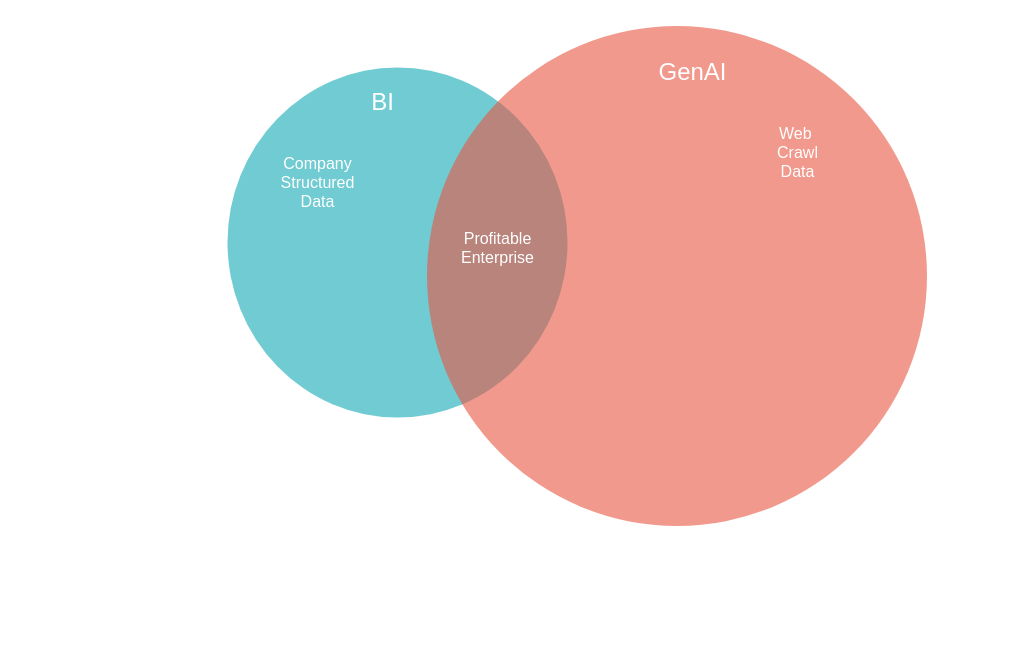
Above: bi-genai-merge.drawio in emmanuellim/bi-genai-merger (draw.io), before the change. Source tidied: cells renumbered, new cells numbered last; positions are measured from the earlier drawing's top-left corner, leaving out a move shared by most shapes. Both pictures are drawn from the tidied source at 100%, with x=0, y=0 at pixel (227, 25).
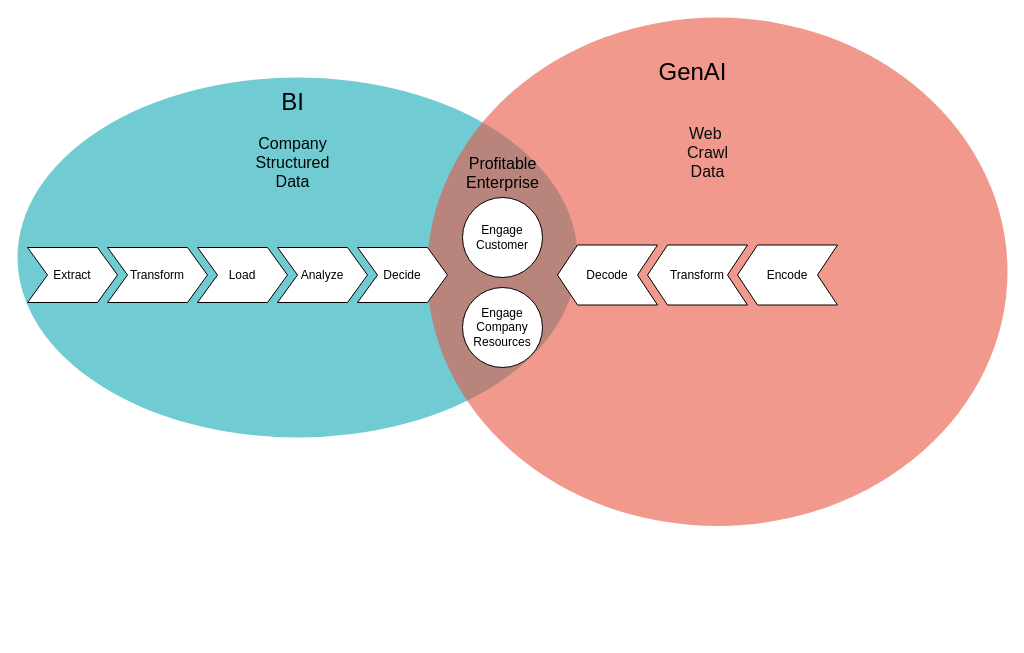
After the change.

Commit message:
merged goal and mismatched value chain

The edit, as a diff of the source:
```diff
@@
 <mxGraphModel>
   <root>
     <mxCell id="0" />
     <mxCell id="1" parent="0" />
     <mxCell id="2" style="ellipse;fillColor=#12AAB5;opacity=60;strokeColor=none;html=1;fontColor=#FFFFFF;" parent="1" vertex="1">
-      <mxGeometry y="42" width="340" height="350" as="geometry" />
+      <mxGeometry x="-210" y="52" width="560" height="360" as="geometry" />
     </mxCell>
     <mxCell id="3" style="ellipse;fillColor=#e85642;opacity=60;strokeColor=none;html=1;fontColor=#FFFFFF;" parent="1" vertex="1">
-      <mxGeometry x="199.5" y="0.5" width="500" height="500" as="geometry" />
+      <mxGeometry x="199.5" y="-8" width="580.5" height="508.5" as="geometry" />
     </mxCell>
-    <mxCell id="4" value="BI" style="text;fontSize=24;align=center;verticalAlign=middle;html=1;fontColor=#FFFFFF;" parent="1" vertex="1">
-      <mxGeometry x="60" y="42" width="190" height="70" as="geometry" />
+    <mxCell id="4" value="BI" style="text;fontSize=24;align=center;verticalAlign=middle;html=1;fontColor=#030303;" parent="1" vertex="1">
+      <mxGeometry x="-30" y="42" width="190" height="70" as="geometry" />
     </mxCell>
-    <mxCell id="5" value="GenAI" style="text;fontSize=24;align=center;verticalAlign=middle;html=1;fontColor=#FFFFFF;" parent="1" vertex="1">
+    <mxCell id="5" value="GenAI" style="text;fontSize=24;align=center;verticalAlign=middle;html=1;fontColor=#000000;" parent="1" vertex="1">
       <mxGeometry x="370" y="12" width="190" height="70" as="geometry" />
     </mxCell>
     <mxCell id="6" value="Tradition" style="text;fontSize=24;align=center;verticalAlign=middle;html=1;fontColor=#FFFFFF;" parent="1" vertex="1">
       <mxGeometry x="209.5" y="540.5" width="190" height="70" as="geometry" />
     </mxCell>
-    <mxCell id="7" value="Profitable&lt;div&gt;Enterprise&lt;/div&gt;" style="text;align=center;html=1;fontColor=#FFFFFF;fontSize=16;" parent="1" vertex="1">
-      <mxGeometry x="250" y="197" width="40" height="40" as="geometry" />
+    <mxCell id="7" value="Profitable&lt;div&gt;Enterprise&lt;/div&gt;" style="text;align=center;html=1;fontColor=#000000;fontSize=16;" parent="1" vertex="1">
+      <mxGeometry x="255" y="122" width="40" height="40" as="geometry" />
     </mxCell>
-    <mxCell id="8" value="Web&amp;nbsp;&lt;div&gt;Crawl&lt;/div&gt;&lt;div&gt;Data&lt;/div&gt;" style="text;align=center;html=1;fontColor=#FFFFFF;fontSize=16;" parent="1" vertex="1">
-      <mxGeometry x="550" y="92" width="40" height="40" as="geometry" />
+    <mxCell id="8" value="Web&amp;nbsp;&lt;div&gt;Crawl&lt;/div&gt;&lt;div&gt;Data&lt;/div&gt;" style="text;align=center;html=1;fontColor=#0a0a0a;fontSize=16;" parent="1" vertex="1">
+      <mxGeometry x="410" y="92" width="140" height="40" as="geometry" />
     </mxCell>
-    <mxCell id="9" value="Company&lt;div&gt;Structured&lt;/div&gt;&lt;div&gt;Data&lt;/div&gt;" style="text;align=center;html=1;fontColor=#FFFFFF;fontSize=16;" parent="1" vertex="1">
-      <mxGeometry x="70" y="122" width="40" height="40" as="geometry" />
+    <mxCell id="9" value="Company&lt;div&gt;Structured&lt;/div&gt;&lt;div&gt;Data&lt;/div&gt;" style="text;align=center;html=1;fontColor=#050505;fontSize=16;" parent="1" vertex="1">
+      <mxGeometry x="45" y="102" width="40" height="40" as="geometry" />
     </mxCell>
+    <mxCell id="10" value="Extract" style="shape=step;perimeter=stepPerimeter;whiteSpace=wrap;html=1;fixedSize=1;" parent="1" vertex="1">
+      <mxGeometry x="-200" y="222" width="90" height="55" as="geometry" />
+    </mxCell>
+    <mxCell id="11" value="Transform" style="shape=step;perimeter=stepPerimeter;whiteSpace=wrap;html=1;fixedSize=1;" parent="1" vertex="1">
+      <mxGeometry x="-120" y="222" width="100" height="55" as="geometry" />
+    </mxCell>
+    <mxCell id="12" value="Load" style="shape=step;perimeter=stepPerimeter;whiteSpace=wrap;html=1;fixedSize=1;" parent="1" vertex="1">
+      <mxGeometry x="-30" y="222" width="90" height="55" as="geometry" />
+    </mxCell>
+    <mxCell id="13" value="Analyze" style="shape=step;perimeter=stepPerimeter;whiteSpace=wrap;html=1;fixedSize=1;" parent="1" vertex="1">
+      <mxGeometry x="50" y="222" width="90" height="55" as="geometry" />
+    </mxCell>
+    <mxCell id="14" value="Decide" style="shape=step;perimeter=stepPerimeter;whiteSpace=wrap;html=1;fixedSize=1;" parent="1" vertex="1">
+      <mxGeometry x="130" y="222" width="90" height="55" as="geometry" />
+    </mxCell>
+    <mxCell id="15" value="Engage&lt;div&gt;Customer&lt;/div&gt;" style="ellipse;whiteSpace=wrap;html=1;" parent="1" vertex="1">
+      <mxGeometry x="235" y="172" width="80" height="80" as="geometry" />
+    </mxCell>
+    <mxCell id="16" value="Encode" style="shape=step;perimeter=stepPerimeter;whiteSpace=wrap;html=1;fixedSize=1;rotation=0;direction=west;" parent="1" vertex="1">
+      <mxGeometry x="510" y="219.5" width="100" height="60" as="geometry" />
+    </mxCell>
+    <mxCell id="17" value="Transform" style="shape=step;perimeter=stepPerimeter;whiteSpace=wrap;html=1;fixedSize=1;rotation=0;direction=west;" parent="1" vertex="1">
+      <mxGeometry x="420" y="219.5" width="100" height="60" as="geometry" />
+    </mxCell>
+    <mxCell id="18" value="Decode" style="shape=step;perimeter=stepPerimeter;whiteSpace=wrap;html=1;fixedSize=1;rotation=0;direction=west;" parent="1" vertex="1">
+      <mxGeometry x="330" y="219.5" width="100" height="60" as="geometry" />
+    </mxCell>
+    <mxCell id="19" value="Engage&lt;div&gt;Company&lt;/div&gt;&lt;div&gt;Resources&lt;/div&gt;" style="ellipse;whiteSpace=wrap;html=1;" parent="1" vertex="1">
+      <mxGeometry x="235" y="262" width="80" height="80" as="geometry" />
+    </mxCell>
   </root>
 </mxGraphModel>
```
